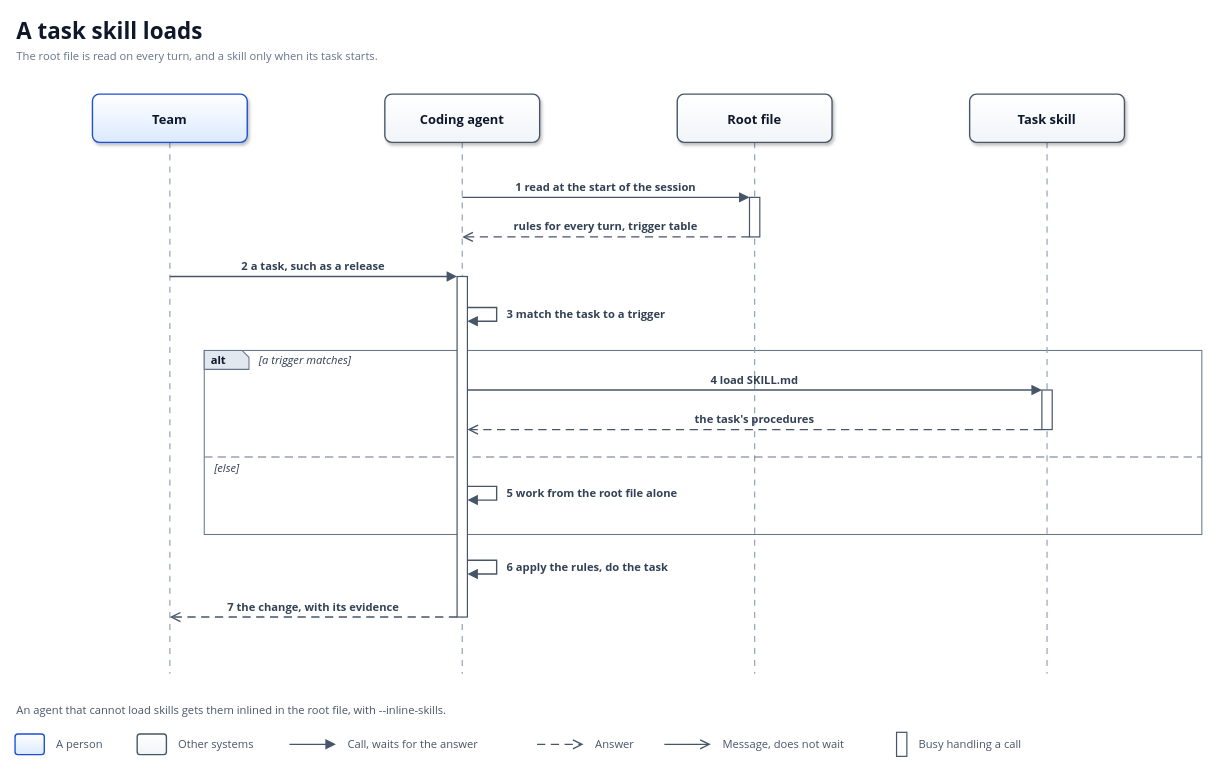
This is docs/diagrams/runtime-skill.drawio from solid-ai-dev/solid-ai-templates, a draw.io file, before an edit. Source tidied: cells renumbered, new cells numbered last; positions are measured from the earlier drawing's top-left corner, leaving out a move shared by most shapes. Both pictures are drawn from the tidied source at 86%, with x=0, y=0 at pixel (15, 15).
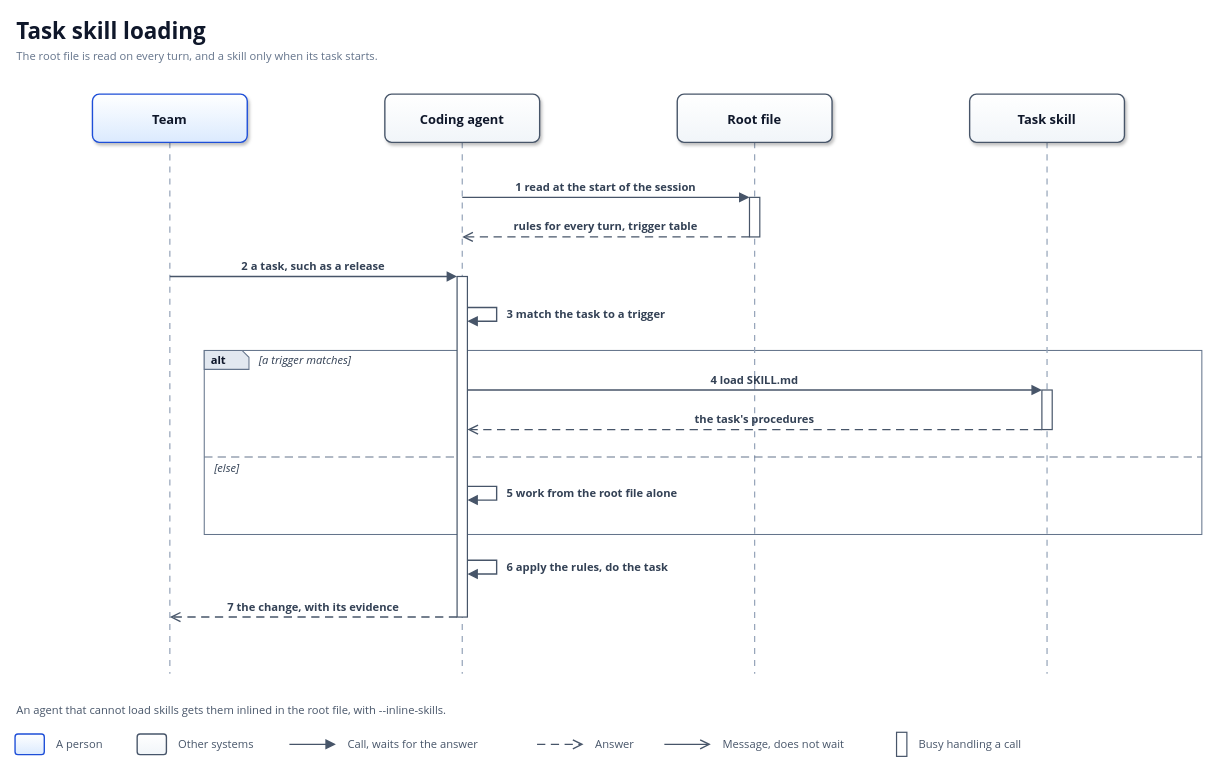
After the change.

The edit, as a diff of the source:
```diff
@@
-    <mxCell id="7" value="A task skill loads" style="text;html=1;whiteSpace=wrap;strokeColor=none;fillColor=none;align=left;verticalAlign=middle;fontFamily=Segoe UI;fontSize=26;fontColor=#0F172A;fontStyle=1;" parent="1" vertex="1">
+    <mxCell id="7" value="Task skill loading" style="text;html=1;whiteSpace=wrap;strokeColor=none;fillColor=none;align=left;verticalAlign=middle;fontFamily=Segoe UI;fontSize=26;fontColor=#0F172A;fontStyle=1;" parent="1" vertex="1">
       <mxGeometry width="1380" height="36" as="geometry" />
     </mxCell>
```
